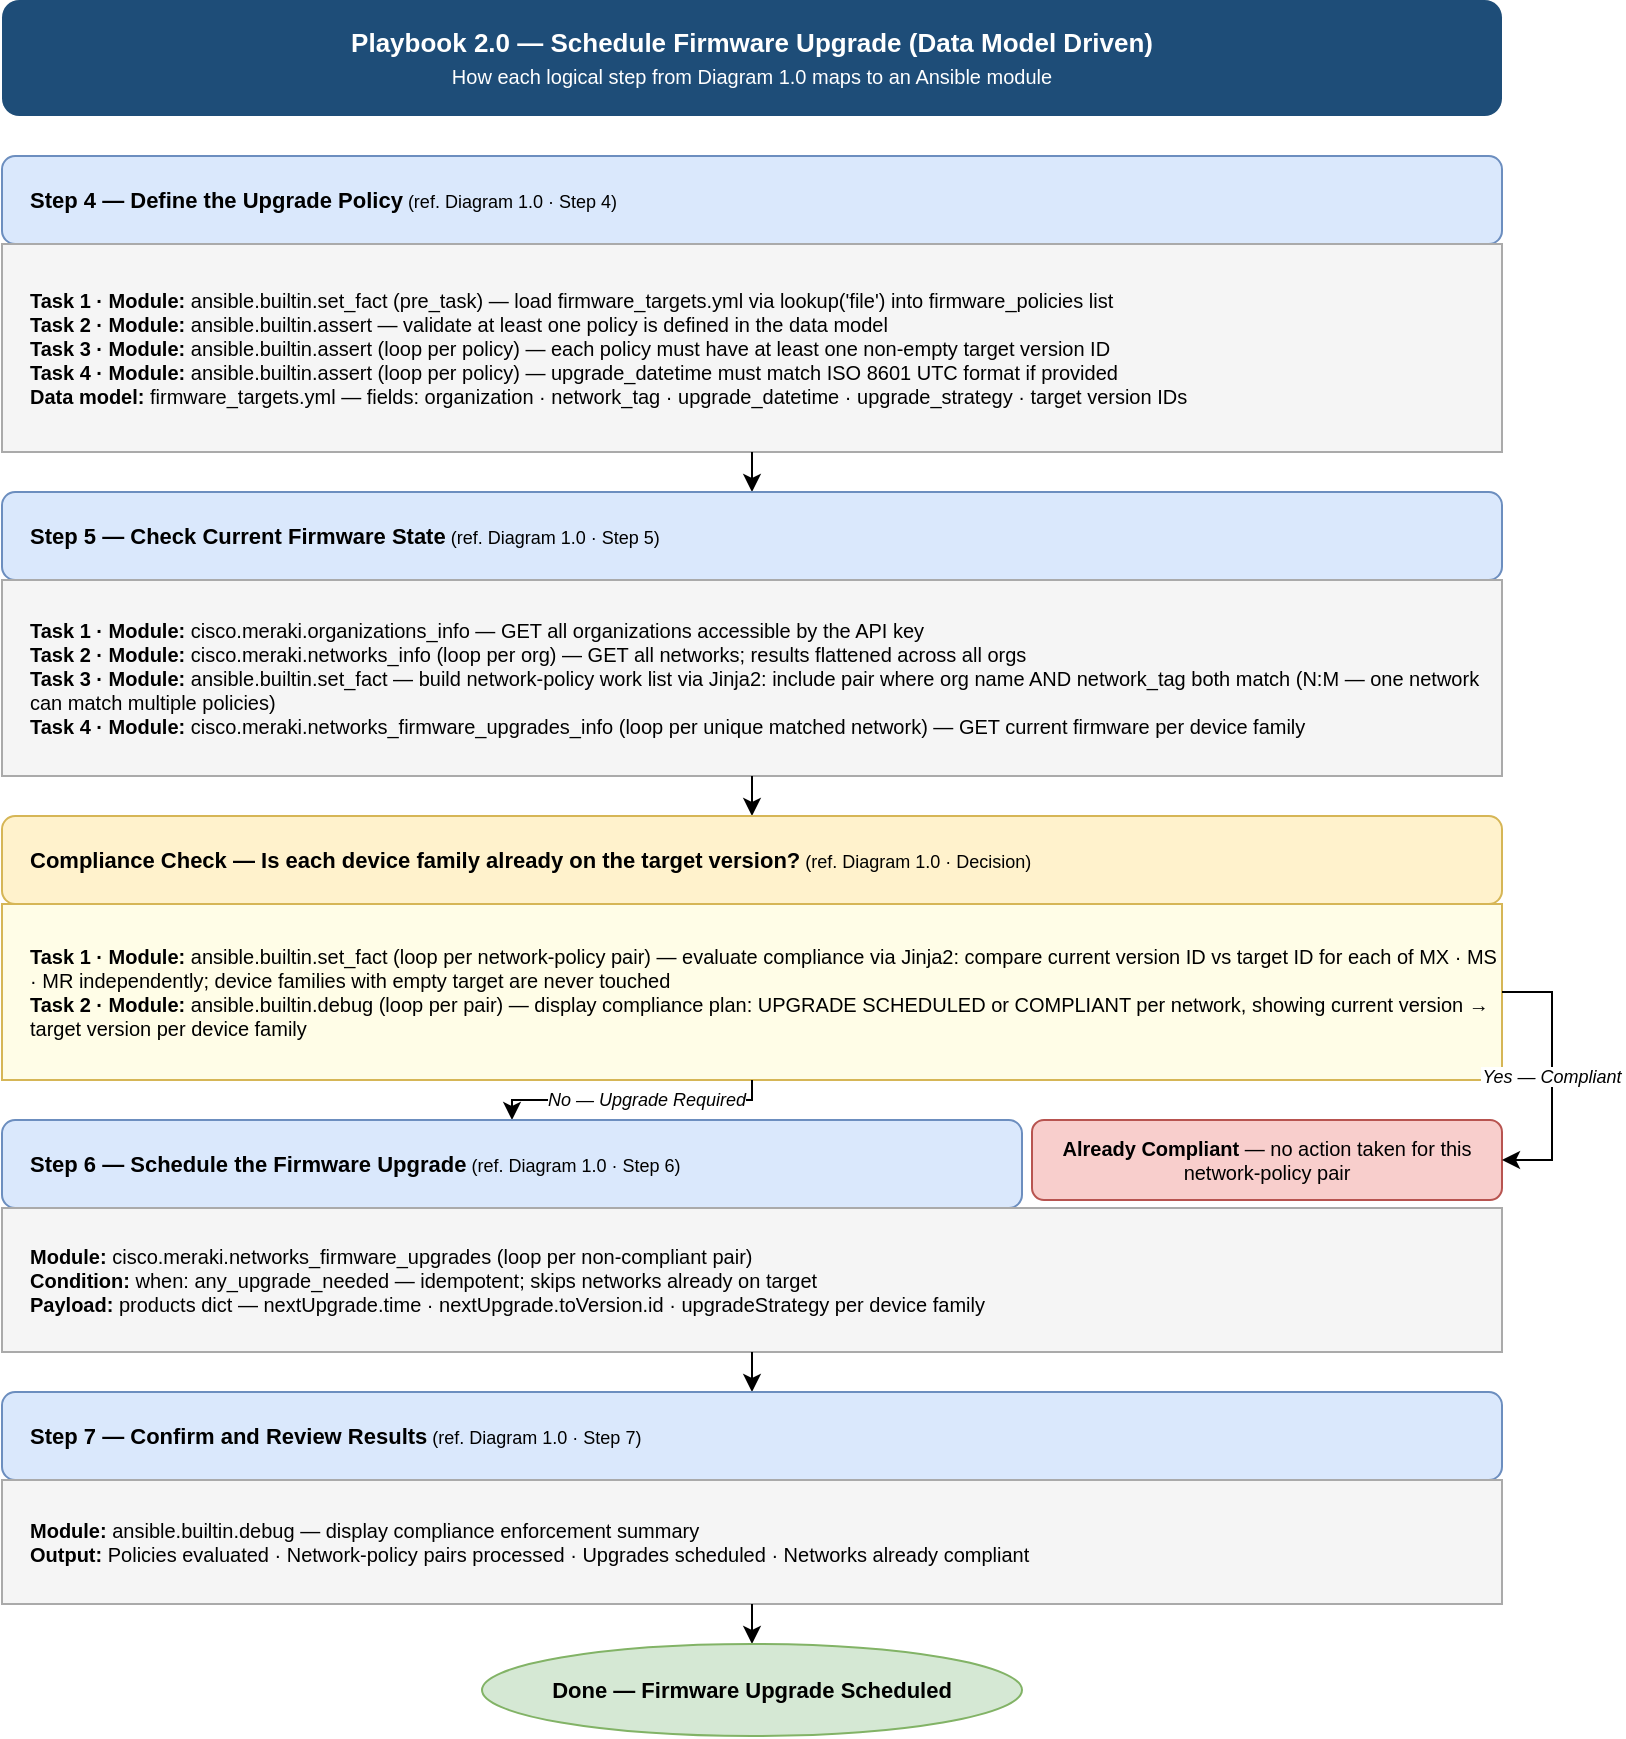
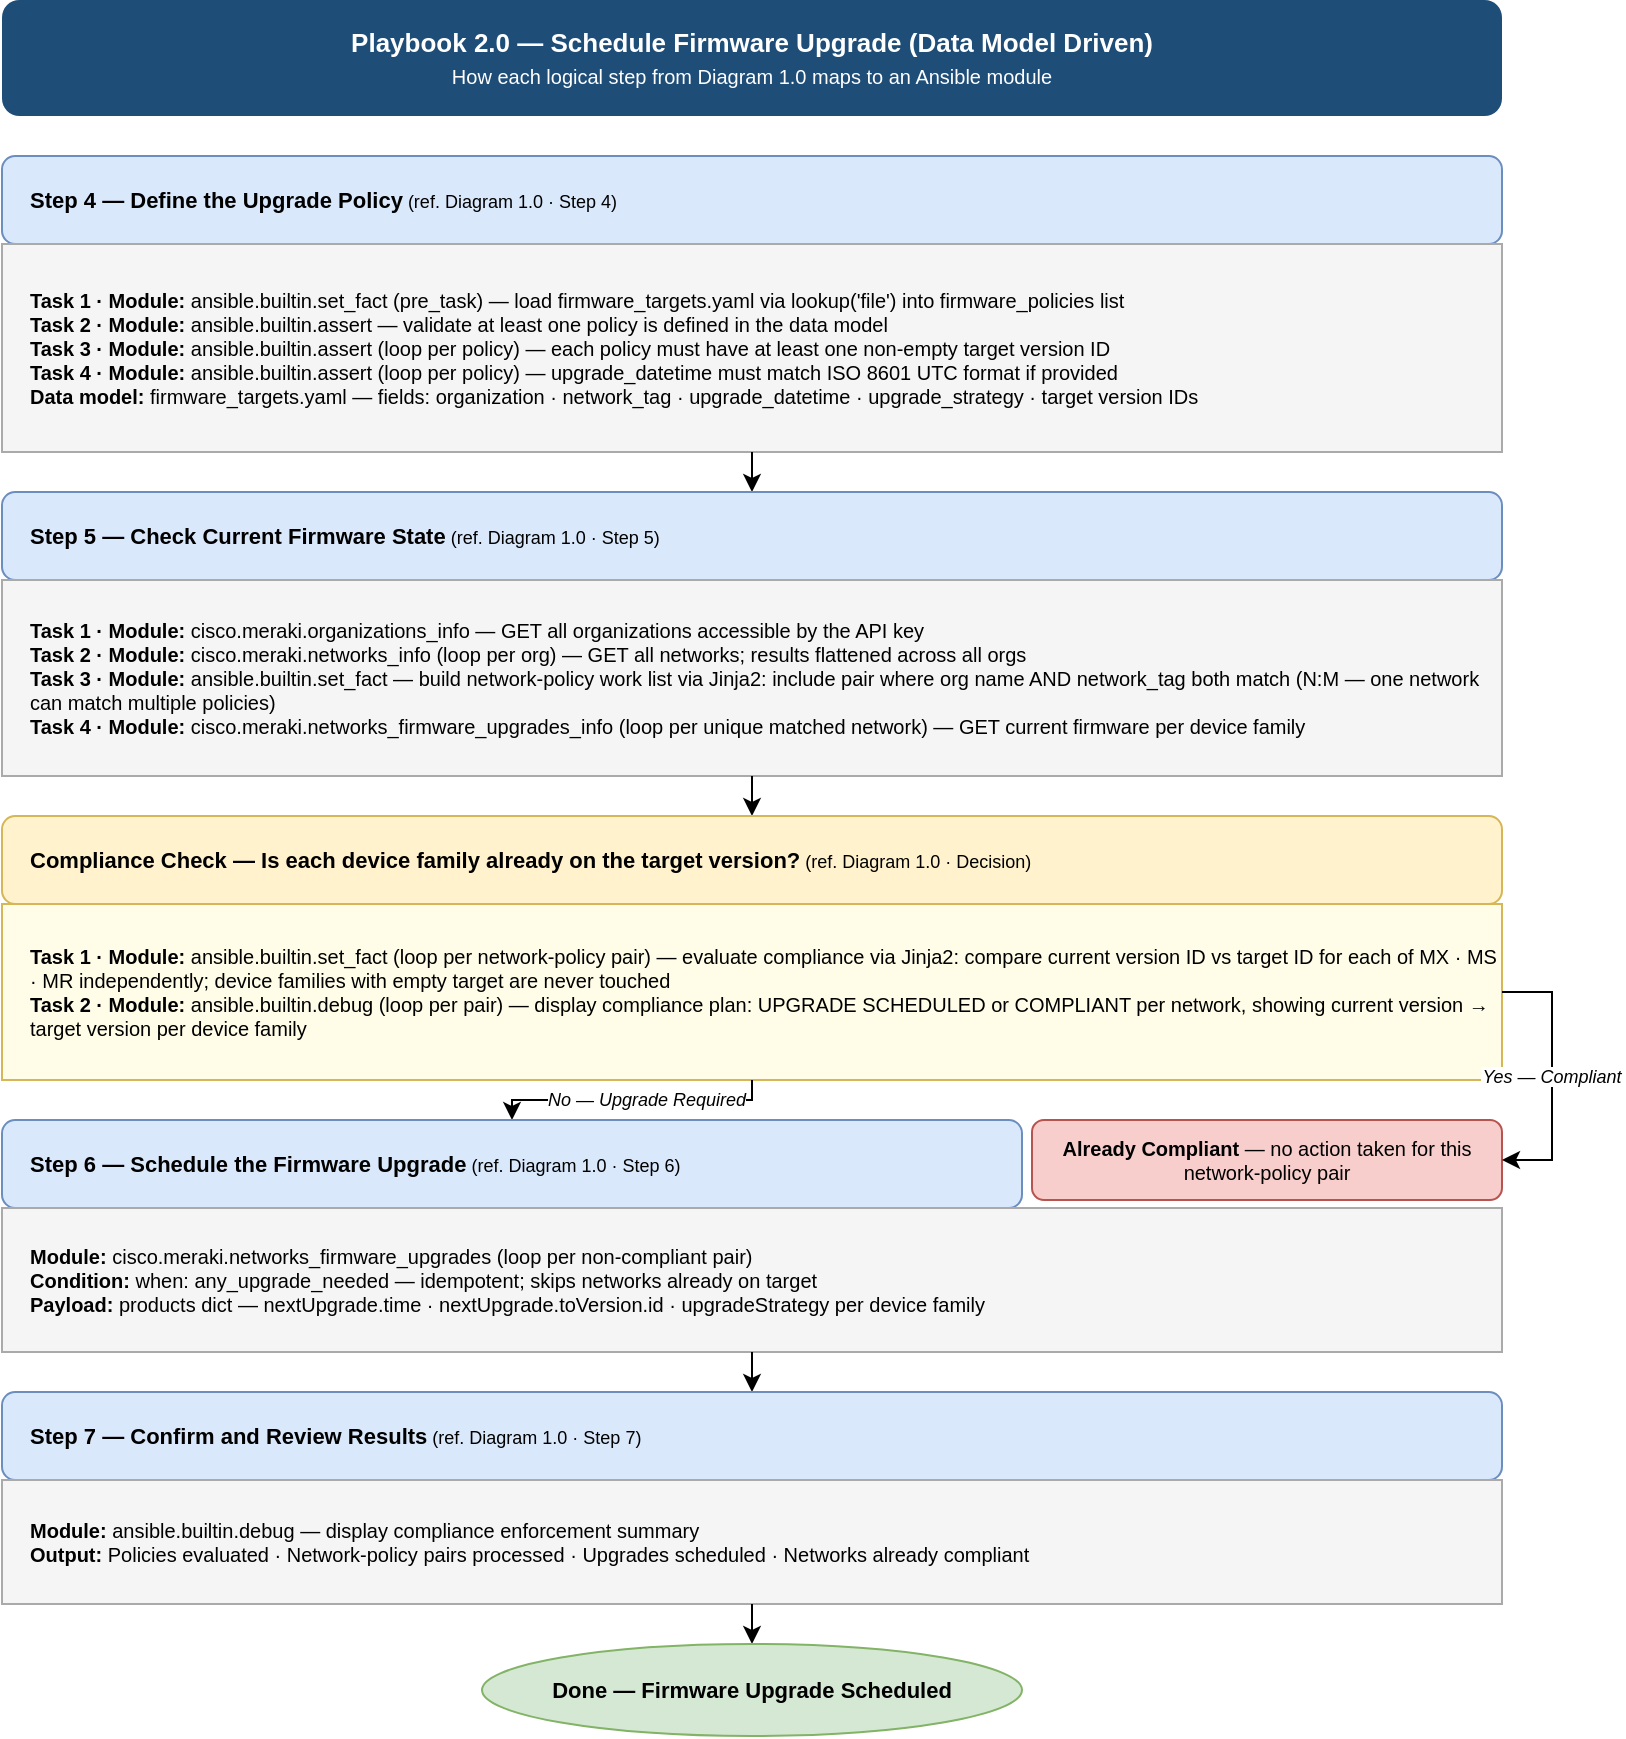
<mxGraphModel dx="900" dy="800" grid="0" gridSize="10" guides="1" tooltips="1" connect="1" arrows="1" fold="1" page="1" pageScale="1" pageWidth="780" pageHeight="1040" math="0" shadow="0">
  <root>
    <mxCell id="0" />
    <mxCell id="1" parent="0" />

    <!-- ═══ TITLE ═══ -->
    <mxCell id="2"
      value="Playbook 2.0 — Schedule Firmware Upgrade (Data Model Driven)&lt;br&gt;&lt;font style=&quot;font-size:10px;font-weight:normal;&quot;&gt;How each logical step from Diagram 1.0 maps to an Ansible module&lt;/font&gt;"
      style="rounded=1;whiteSpace=wrap;html=1;fillColor=#1e4d78;strokeColor=none;fontColor=#ffffff;fontSize=13;fontStyle=1;verticalAlign=middle;align=center;"
      vertex="1" parent="1">
      <mxGeometry x="15" y="15" width="750" height="58" as="geometry" />
    </mxCell>

    <!-- ═══ STEP 4 ═══ -->
    <mxCell id="10"
      value="&lt;b&gt;Step 4 — Define the Upgrade Policy&lt;/b&gt;&lt;font style=&quot;font-size:9px;font-weight:normal;&quot;&gt;  (ref. Diagram 1.0 · Step 4)&lt;/font&gt;"
      style="rounded=1;whiteSpace=wrap;html=1;fillColor=#dae8fc;strokeColor=#6c8ebf;fontSize=11;fontStyle=1;verticalAlign=middle;align=left;spacingLeft=12;"
      vertex="1" parent="1">
      <mxGeometry x="15" y="93" width="750" height="44" as="geometry" />
    </mxCell>

    <mxCell id="11"
-       value="&lt;b&gt;Task 1 · Module:&lt;/b&gt;  ansible.builtin.set_fact  (pre_task) — load  firmware_targets.yml  via  lookup(&apos;file&apos;)  into  firmware_policies  list&lt;br&gt;&lt;b&gt;Task 2 · Module:&lt;/b&gt;  ansible.builtin.assert — validate at least one policy is defined in the data model&lt;br&gt;&lt;b&gt;Task 3 · Module:&lt;/b&gt;  ansible.builtin.assert  (loop per policy) — each policy must have at least one non-empty target version ID&lt;br&gt;&lt;b&gt;Task 4 · Module:&lt;/b&gt;  ansible.builtin.assert  (loop per policy) — upgrade_datetime must match ISO 8601 UTC format if provided&lt;br&gt;&lt;b&gt;Data model:&lt;/b&gt;  firmware_targets.yml — fields: organization · network_tag · upgrade_datetime · upgrade_strategy · target version IDs"
+       value="&lt;b&gt;Task 1 · Module:&lt;/b&gt;  ansible.builtin.set_fact  (pre_task) — load  firmware_targets.yaml  via  lookup(&apos;file&apos;)  into  firmware_policies  list&lt;br&gt;&lt;b&gt;Task 2 · Module:&lt;/b&gt;  ansible.builtin.assert — validate at least one policy is defined in the data model&lt;br&gt;&lt;b&gt;Task 3 · Module:&lt;/b&gt;  ansible.builtin.assert  (loop per policy) — each policy must have at least one non-empty target version ID&lt;br&gt;&lt;b&gt;Task 4 · Module:&lt;/b&gt;  ansible.builtin.assert  (loop per policy) — upgrade_datetime must match ISO 8601 UTC format if provided&lt;br&gt;&lt;b&gt;Data model:&lt;/b&gt;  firmware_targets.yaml — fields: organization · network_tag · upgrade_datetime · upgrade_strategy · target version IDs"
      style="rounded=0;whiteSpace=wrap;html=1;fillColor=#f5f5f5;strokeColor=#aaaaaa;fontSize=10;align=left;verticalAlign=middle;spacingLeft=12;spacingTop=6;spacingBottom=6;"
      vertex="1" parent="1">
      <mxGeometry x="15" y="137" width="750" height="104" as="geometry" />
    </mxCell>

    <!-- arrow: step 4 impl → step 5 header -->
    <mxCell id="a1"
      style="edgeStyle=orthogonalEdgeStyle;rounded=0;exitX=0.5;exitY=1;exitDx=0;exitDy=0;entryX=0.5;entryY=0;entryDx=0;entryDy=0;"
      edge="1" source="11" target="20" parent="1">
      <mxGeometry relative="1" as="geometry" />
    </mxCell>

    <!-- ═══ STEP 5 ═══ -->
    <mxCell id="20"
      value="&lt;b&gt;Step 5 — Check Current Firmware State&lt;/b&gt;&lt;font style=&quot;font-size:9px;font-weight:normal;&quot;&gt;  (ref. Diagram 1.0 · Step 5)&lt;/font&gt;"
      style="rounded=1;whiteSpace=wrap;html=1;fillColor=#dae8fc;strokeColor=#6c8ebf;fontSize=11;fontStyle=1;verticalAlign=middle;align=left;spacingLeft=12;"
      vertex="1" parent="1">
      <mxGeometry x="15" y="261" width="750" height="44" as="geometry" />
    </mxCell>

    <mxCell id="21"
      value="&lt;b&gt;Task 1 · Module:&lt;/b&gt;  cisco.meraki.organizations_info — GET all organizations accessible by the API key&lt;br&gt;&lt;b&gt;Task 2 · Module:&lt;/b&gt;  cisco.meraki.networks_info  (loop per org) — GET all networks; results flattened across all orgs&lt;br&gt;&lt;b&gt;Task 3 · Module:&lt;/b&gt;  ansible.builtin.set_fact — build network-policy work list via Jinja2: include pair where org name AND network_tag both match  (N:M — one network can match multiple policies)&lt;br&gt;&lt;b&gt;Task 4 · Module:&lt;/b&gt;  cisco.meraki.networks_firmware_upgrades_info  (loop per unique matched network) — GET current firmware per device family"
      style="rounded=0;whiteSpace=wrap;html=1;fillColor=#f5f5f5;strokeColor=#aaaaaa;fontSize=10;align=left;verticalAlign=middle;spacingLeft=12;spacingTop=6;spacingBottom=6;"
      vertex="1" parent="1">
      <mxGeometry x="15" y="305" width="750" height="98" as="geometry" />
    </mxCell>

    <!-- arrow: step 5 impl → decision header -->
    <mxCell id="a2"
      style="edgeStyle=orthogonalEdgeStyle;rounded=0;exitX=0.5;exitY=1;exitDx=0;exitDy=0;entryX=0.5;entryY=0;entryDx=0;entryDy=0;"
      edge="1" source="21" target="30" parent="1">
      <mxGeometry relative="1" as="geometry" />
    </mxCell>

    <!-- ═══ DECISION ═══ -->
    <mxCell id="30"
      value="&lt;b&gt;Compliance Check — Is each device family already on the target version?&lt;/b&gt;&lt;font style=&quot;font-size:9px;font-weight:normal;&quot;&gt;  (ref. Diagram 1.0 · Decision)&lt;/font&gt;"
      style="rounded=1;whiteSpace=wrap;html=1;fillColor=#fff2cc;strokeColor=#d6b656;fontSize=11;fontStyle=1;verticalAlign=middle;align=left;spacingLeft=12;"
      vertex="1" parent="1">
      <mxGeometry x="15" y="423" width="750" height="44" as="geometry" />
    </mxCell>

    <mxCell id="31"
      value="&lt;b&gt;Task 1 · Module:&lt;/b&gt;  ansible.builtin.set_fact  (loop per network-policy pair) — evaluate compliance via Jinja2: compare current version ID vs target ID for each of MX  ·  MS  ·  MR independently; device families with empty target are never touched&lt;br&gt;&lt;b&gt;Task 2 · Module:&lt;/b&gt;  ansible.builtin.debug  (loop per pair) — display compliance plan: UPGRADE SCHEDULED or COMPLIANT per network, showing current version → target version per device family"
      style="rounded=0;whiteSpace=wrap;html=1;fillColor=#fffde7;strokeColor=#d6b656;fontSize=10;align=left;verticalAlign=middle;spacingLeft=12;spacingTop=6;spacingBottom=6;"
      vertex="1" parent="1">
      <mxGeometry x="15" y="467" width="750" height="88" as="geometry" />
    </mxCell>

    <!-- arrow: decision impl → step 6 header -->
    <mxCell id="a3"
      style="edgeStyle=orthogonalEdgeStyle;rounded=0;exitX=0.5;exitY=1;exitDx=0;exitDy=0;entryX=0.5;entryY=0;entryDx=0;entryDy=0;"
      edge="1" source="31" target="40" parent="1">
      <mxGeometry relative="1" as="geometry">
        <Array as="points" />
      </mxGeometry>
    </mxCell>
    <mxCell id="a3_label"
      value="No — Upgrade Required"
      style="edgeLabel;html=1;align=center;verticalAlign=middle;resizable=0;points=[];fontSize=9;fontStyle=2;"
      vertex="1" connectable="0" parent="a3">
      <mxGeometry x="-0.1" relative="1" as="geometry">
        <mxPoint as="offset" />
      </mxGeometry>
    </mxCell>

    <!-- compliant bypass -->
    <mxCell id="32"
      value="&lt;b&gt;Already Compliant&lt;/b&gt;  — no action taken for this network-policy pair"
      style="rounded=1;whiteSpace=wrap;html=1;fillColor=#f8cecc;strokeColor=#b85450;fontSize=10;verticalAlign=middle;align=center;"
      vertex="1" parent="1">
      <mxGeometry x="530" y="575" width="235" height="40" as="geometry" />
    </mxCell>
    <mxCell id="a3b"
      value="Yes — Compliant"
      style="edgeStyle=orthogonalEdgeStyle;rounded=0;fontSize=9;fontStyle=2;exitX=1;exitY=0.5;exitDx=0;exitDy=0;entryX=1;entryY=0.5;entryDx=0;entryDy=0;"
      edge="1" source="31" target="32" parent="1">
      <mxGeometry relative="1" as="geometry">
        <Array as="points">
          <mxPoint x="790" y="511" />
          <mxPoint x="790" y="595" />
        </Array>
      </mxGeometry>
    </mxCell>

    <!-- ═══ STEP 6 ═══ -->
    <mxCell id="40"
      value="&lt;b&gt;Step 6 — Schedule the Firmware Upgrade&lt;/b&gt;&lt;font style=&quot;font-size:9px;font-weight:normal;&quot;&gt;  (ref. Diagram 1.0 · Step 6)&lt;/font&gt;"
      style="rounded=1;whiteSpace=wrap;html=1;fillColor=#dae8fc;strokeColor=#6c8ebf;fontSize=11;fontStyle=1;verticalAlign=middle;align=left;spacingLeft=12;"
      vertex="1" parent="1">
      <mxGeometry x="15" y="575" width="510" height="44" as="geometry" />
    </mxCell>

    <mxCell id="41"
      value="&lt;b&gt;Module:&lt;/b&gt;  cisco.meraki.networks_firmware_upgrades  (loop per non-compliant pair)&lt;br&gt;&lt;b&gt;Condition:&lt;/b&gt;  when: any_upgrade_needed — idempotent; skips networks already on target&lt;br&gt;&lt;b&gt;Payload:&lt;/b&gt;  products dict — nextUpgrade.time · nextUpgrade.toVersion.id · upgradeStrategy  per device family"
      style="rounded=0;whiteSpace=wrap;html=1;fillColor=#f5f5f5;strokeColor=#aaaaaa;fontSize=10;align=left;verticalAlign=middle;spacingLeft=12;spacingTop=6;spacingBottom=6;"
      vertex="1" parent="1">
      <mxGeometry x="15" y="619" width="750" height="72" as="geometry" />
    </mxCell>

    <!-- arrow: step 6 impl → step 7 header -->
    <mxCell id="a4"
      style="edgeStyle=orthogonalEdgeStyle;rounded=0;exitX=0.5;exitY=1;exitDx=0;exitDy=0;entryX=0.5;entryY=0;entryDx=0;entryDy=0;"
      edge="1" source="41" target="50" parent="1">
      <mxGeometry relative="1" as="geometry" />
    </mxCell>

    <!-- ═══ STEP 7 ═══ -->
    <mxCell id="50"
      value="&lt;b&gt;Step 7 — Confirm and Review Results&lt;/b&gt;&lt;font style=&quot;font-size:9px;font-weight:normal;&quot;&gt;  (ref. Diagram 1.0 · Step 7)&lt;/font&gt;"
      style="rounded=1;whiteSpace=wrap;html=1;fillColor=#dae8fc;strokeColor=#6c8ebf;fontSize=11;fontStyle=1;verticalAlign=middle;align=left;spacingLeft=12;"
      vertex="1" parent="1">
      <mxGeometry x="15" y="711" width="750" height="44" as="geometry" />
    </mxCell>

    <mxCell id="51"
      value="&lt;b&gt;Module:&lt;/b&gt;  ansible.builtin.debug — display compliance enforcement summary&lt;br&gt;&lt;b&gt;Output:&lt;/b&gt;  Policies evaluated  ·  Network-policy pairs processed  ·  Upgrades scheduled  ·  Networks already compliant"
      style="rounded=0;whiteSpace=wrap;html=1;fillColor=#f5f5f5;strokeColor=#aaaaaa;fontSize=10;align=left;verticalAlign=middle;spacingLeft=12;spacingTop=6;spacingBottom=6;"
      vertex="1" parent="1">
      <mxGeometry x="15" y="755" width="750" height="62" as="geometry" />
    </mxCell>

    <!-- arrow: step 7 impl → end -->
    <mxCell id="a5"
      style="edgeStyle=orthogonalEdgeStyle;rounded=0;exitX=0.5;exitY=1;exitDx=0;exitDy=0;entryX=0.5;entryY=0;entryDx=0;entryDy=0;"
      edge="1" source="51" target="60" parent="1">
      <mxGeometry relative="1" as="geometry" />
    </mxCell>

    <!-- ═══ END ═══ -->
    <mxCell id="60"
      value="&lt;b&gt;Done — Firmware Upgrade Scheduled&lt;/b&gt;"
      style="ellipse;whiteSpace=wrap;html=1;fillColor=#d5e8d4;strokeColor=#82b366;fontSize=11;fontStyle=1;verticalAlign=middle;align=center;"
      vertex="1" parent="1">
      <mxGeometry x="255" y="837" width="270" height="46" as="geometry" />
    </mxCell>

  </root>
</mxGraphModel>
